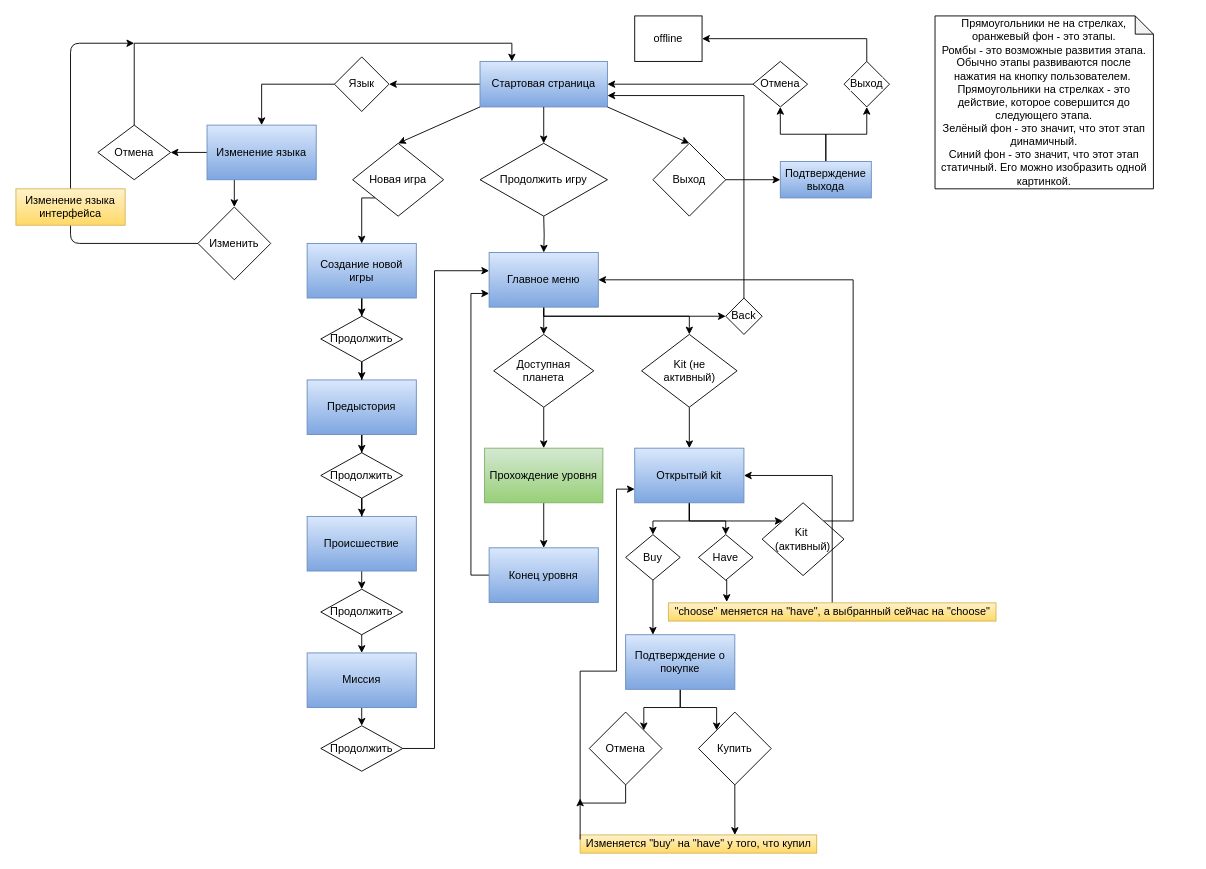
H-R-G-P/Game keeps this draw.io diagram as pages/relations_for_pages.drawio. Above is the earlier version. Source tidied: cells renumbered, new cells numbered last; positions are measured from the earlier drawing's top-left corner, leaving out a move shared by most shapes. Both pictures are drawn from the tidied source at 91%, with x=0, y=0 at pixel (15, 15).
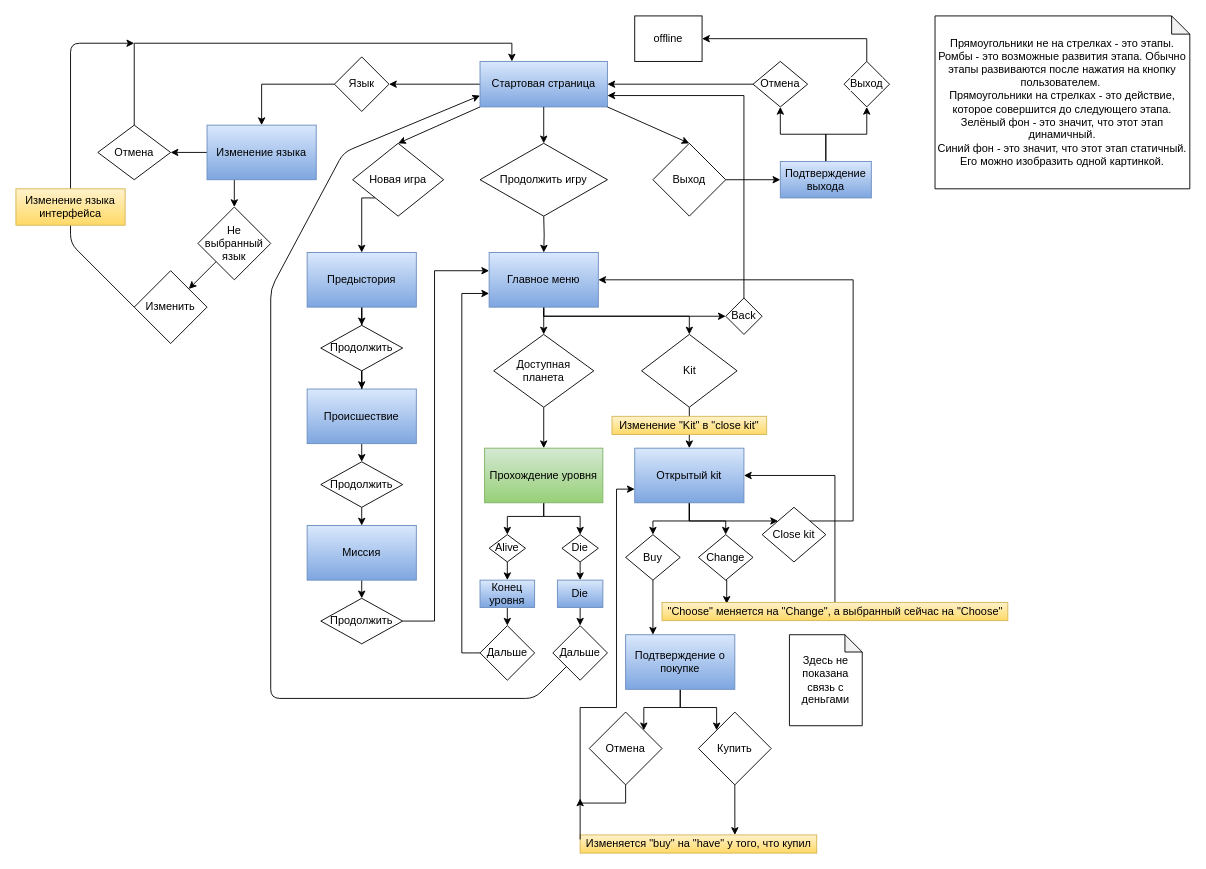
Above is the later version.

The change refers to these unchanged cells:
```xml
<mxCell id="3" value="Стартовая страница" style="rounded=0;whiteSpace=wrap;html=1;gradientColor=#7ea6e0;fillColor=#dae8fc;strokeColor=#6c8ebf;" parent="1" vertex="1">
  <mxGeometry x="510" y="50" width="140" height="50" as="geometry" />
</mxCell>
<mxCell id="11" value="Главное меню" style="whiteSpace=wrap;html=1;gradientColor=#7ea6e0;fillColor=#dae8fc;strokeColor=#6c8ebf;" parent="1" vertex="1">
  <mxGeometry x="520" y="260" width="120" height="60" as="geometry" />
</mxCell>
<mxCell id="13" value="Прохождение уровня" style="whiteSpace=wrap;html=1;labelBackgroundColor=none;fillColor=#d5e8d4;strokeColor=#82b366;gradientColor=#97d077;" parent="1" vertex="1">
  <mxGeometry x="515" y="475" width="130" height="60" as="geometry" />
</mxCell>
<mxCell id="18" value="&lt;span&gt;Новая игра&lt;/span&gt;" style="rhombus;whiteSpace=wrap;html=1;" parent="1" vertex="1">
  <mxGeometry x="370" y="140" width="100" height="80" as="geometry" />
</mxCell>
<mxCell id="47" value="Открытый kit" style="whiteSpace=wrap;html=1;gradientColor=#7ea6e0;fillColor=#dae8fc;strokeColor=#6c8ebf;" parent="1" vertex="1">
  <mxGeometry x="680" y="475" width="120" height="60" as="geometry" />
</mxCell>
<mxCell id="56" value="Отмена" style="rhombus;whiteSpace=wrap;html=1;" parent="1" vertex="1">
  <mxGeometry x="630" y="765" width="80" height="80" as="geometry" />
</mxCell>
<mxCell id="70" value="Изменение языка" style="whiteSpace=wrap;html=1;gradientColor=#7ea6e0;fillColor=#dae8fc;strokeColor=#6c8ebf;" parent="1" vertex="1">
  <mxGeometry x="210" y="120" width="120" height="60" as="geometry" />
</mxCell>
```

Diff of the diagram source:
```diff
@@
-    <mxCell id="12" style="edgeStyle=orthogonalEdgeStyle;rounded=0;jettySize=auto;html=1;entryX=0.5;entryY=0;entryDx=0;entryDy=0;" parent="1" edge="1" source="13" target="15">
-      <mxGeometry relative="1" as="geometry" />
-    </mxCell>
+    <mxCell id="83" style="edgeStyle=orthogonalEdgeStyle;rounded=0;jettySize=auto;html=1;exitX=0.5;exitY=1;exitDx=0;exitDy=0;entryX=0.5;entryY=0;entryDx=0;entryDy=0;" parent="1" edge="1" source="13" target="97">
+      <mxGeometry relative="1" as="geometry">
+        <Array as="points">
+          <mxPoint x="580" y="550" />
+          <mxPoint x="540" y="550" />
+        </Array>
+      </mxGeometry>
+    </mxCell>
+    <mxCell id="84" style="edgeStyle=orthogonalEdgeStyle;rounded=0;jettySize=auto;html=1;exitX=0.5;exitY=1;exitDx=0;exitDy=0;entryX=0.5;entryY=0;entryDx=0;entryDy=0;" parent="1" edge="1" source="13" target="95">
+      <mxGeometry relative="1" as="geometry">
+        <Array as="points">
+          <mxPoint x="580" y="550" />
+          <mxPoint x="620" y="550" />
+        </Array>
+      </mxGeometry>
+    </mxCell>
@@
-    <mxCell id="14" style="edgeStyle=orthogonalEdgeStyle;rounded=0;jettySize=auto;html=1;entryX=0;entryY=0.75;entryDx=0;entryDy=0;" parent="1" edge="1" source="15" target="11">
+    <mxCell id="14" style="edgeStyle=orthogonalEdgeStyle;rounded=0;jettySize=auto;html=1;entryX=0;entryY=0.75;entryDx=0;entryDy=0;exitX=0;exitY=0.5;exitDx=0;exitDy=0;" parent="1" edge="1" source="91" target="11">
       <mxGeometry relative="1" as="geometry">
         <Array as="points">
-          <mxPoint x="500" y="615" />
-          <mxPoint x="500" y="305" />
+          <mxPoint x="490" y="700" />
+          <mxPoint x="490" y="305" />
         </Array>
       </mxGeometry>
     </mxCell>
+    <mxCell id="85" style="edgeStyle=orthogonalEdgeStyle;rounded=0;jettySize=auto;html=1;exitX=0.5;exitY=1;exitDx=0;exitDy=0;entryX=0.5;entryY=0;entryDx=0;entryDy=0;" parent="1" edge="1" source="15" target="91">
+      <mxGeometry relative="1" as="geometry" />
+    </mxCell>
-    <mxCell id="15" value="Конец уровня" style="whiteSpace=wrap;html=1;gradientColor=#7ea6e0;fillColor=#dae8fc;strokeColor=#6c8ebf;" parent="1" vertex="1">
-      <mxGeometry x="520" y="584.5" width="120" height="60" as="geometry" />
+    <mxCell id="15" value="Конец&lt;br&gt;уровня" style="whiteSpace=wrap;html=1;gradientColor=#7ea6e0;fillColor=#dae8fc;strokeColor=#6c8ebf;" parent="1" vertex="1">
+      <mxGeometry x="510" y="620" width="60" height="30" as="geometry" />
     </mxCell>
@@
-    <mxCell id="17" style="edgeStyle=orthogonalEdgeStyle;rounded=0;jettySize=auto;html=1;exitX=0;exitY=1;exitDx=0;exitDy=0;entryX=0.5;entryY=0;entryDx=0;entryDy=0;" parent="1" edge="1" source="18" target="23">
+    <mxCell id="17" style="edgeStyle=orthogonalEdgeStyle;rounded=0;jettySize=auto;html=1;exitX=0;exitY=1;exitDx=0;exitDy=0;entryX=0.5;entryY=0;entryDx=0;entryDy=0;" parent="1" edge="1" source="18" target="25">
       <mxGeometry relative="1" as="geometry">
         <Array as="points">
           <mxPoint x="380" y="200" />
         </Array>
       </mxGeometry>
     </mxCell>
@@
-    <mxCell id="22" style="edgeStyle=orthogonalEdgeStyle;rounded=0;jettySize=auto;html=1;entryX=0.5;entryY=0;entryDx=0;entryDy=0;" parent="1" edge="1" source="23" target="32">
-      <mxGeometry relative="1" as="geometry" />
-    </mxCell>
-    <mxCell id="23" value="Создание новой игры" style="whiteSpace=wrap;html=1;gradientColor=#7ea6e0;fillColor=#dae8fc;strokeColor=#6c8ebf;" parent="1" vertex="1">
-      <mxGeometry x="320" y="250" width="120" height="60" as="geometry" />
-    </mxCell>
@@
     <mxCell id="25" value="Предыстория" style="whiteSpace=wrap;html=1;gradientColor=#7ea6e0;fillColor=#dae8fc;strokeColor=#6c8ebf;" parent="1" vertex="1">
-      <mxGeometry x="320" y="400" width="120" height="60" as="geometry" />
+      <mxGeometry x="320" y="260" width="120" height="60" as="geometry" />
     </mxCell>
@@
     <mxCell id="27" value="Происшествие" style="whiteSpace=wrap;html=1;gradientColor=#7ea6e0;fillColor=#dae8fc;strokeColor=#6c8ebf;" parent="1" vertex="1">
-      <mxGeometry x="320" y="550" width="120" height="60" as="geometry" />
+      <mxGeometry x="320" y="410" width="120" height="60" as="geometry" />
     </mxCell>
     <mxCell id="28" style="edgeStyle=orthogonalEdgeStyle;rounded=0;jettySize=auto;html=1;exitX=1;exitY=0.5;exitDx=0;exitDy=0;" parent="1" edge="1" source="37">
       <mxGeometry relative="1" as="geometry">
         <mxPoint x="520" y="280" as="targetPoint" />
         <Array as="points">
-          <mxPoint x="460" y="805" />
+          <mxPoint x="460" y="665" />
           <mxPoint x="460" y="280" />
-          <mxPoint x="520" y="280" />
         </Array>
       </mxGeometry>
     </mxCell>
@@
     <mxCell id="30" value="Миссия" style="whiteSpace=wrap;html=1;gradientColor=#7ea6e0;fillColor=#dae8fc;strokeColor=#6c8ebf;" parent="1" vertex="1">
-      <mxGeometry x="320" y="700" width="120" height="60" as="geometry" />
+      <mxGeometry x="320" y="560" width="120" height="60" as="geometry" />
     </mxCell>
-    <mxCell id="31" style="edgeStyle=orthogonalEdgeStyle;rounded=0;jettySize=auto;html=1;entryX=0.5;entryY=0;entryDx=0;entryDy=0;" parent="1" edge="1" source="32" target="25">
-      <mxGeometry relative="1" as="geometry" />
-    </mxCell>
-    <mxCell id="32" value="Продолжить" style="rhombus;whiteSpace=wrap;html=1;" parent="1" vertex="1">
-      <mxGeometry x="335" y="330" width="90" height="50" as="geometry" />
-    </mxCell>
@@
     <mxCell id="34" value="Продолжить" style="rhombus;whiteSpace=wrap;html=1;" parent="1" vertex="1">
-      <mxGeometry x="335" y="480" width="90" height="50" as="geometry" />
+      <mxGeometry x="335" y="340" width="90" height="50" as="geometry" />
     </mxCell>
@@
     <mxCell id="36" value="Продолжить" style="rhombus;whiteSpace=wrap;html=1;" parent="1" vertex="1">
-      <mxGeometry x="335" y="630" width="90" height="50" as="geometry" />
+      <mxGeometry x="335" y="490" width="90" height="50" as="geometry" />
     </mxCell>
     <mxCell id="37" value="Продолжить" style="rhombus;whiteSpace=wrap;html=1;" parent="1" vertex="1">
-      <mxGeometry x="335" y="780" width="90" height="50" as="geometry" />
+      <mxGeometry x="335" y="640" width="90" height="50" as="geometry" />
     </mxCell>
@@
-    <mxCell id="41" value="Kit (не&lt;br&gt;активный)" style="rhombus;whiteSpace=wrap;html=1;" parent="1" vertex="1">
+    <mxCell id="41" value="Kit" style="rhombus;whiteSpace=wrap;html=1;" parent="1" vertex="1">
       <mxGeometry x="687.5" y="350" width="105" height="80" as="geometry" />
     </mxCell>
@@
-    <mxCell id="43" value="Kit&amp;nbsp;&lt;br&gt;(активный)" style="rhombus;whiteSpace=wrap;html=1;" parent="1" vertex="1">
-      <mxGeometry x="820" y="535" width="90" height="80" as="geometry" />
+    <mxCell id="43" value="Close kit" style="rhombus;whiteSpace=wrap;html=1;" parent="1" vertex="1">
+      <mxGeometry x="820" y="540" width="70" height="60" as="geometry" />
     </mxCell>
@@
     <mxCell id="55" style="edgeStyle=orthogonalEdgeStyle;rounded=0;jettySize=auto;html=1;exitX=0.5;exitY=1;exitDx=0;exitDy=0;entryX=0;entryY=0.75;entryDx=0;entryDy=0;" parent="1" edge="1" source="56" target="47">
       <mxGeometry relative="1" as="geometry">
         <Array as="points">
           <mxPoint x="670" y="865" />
           <mxPoint x="620" y="865" />
-          <mxPoint x="620" y="720" />
-          <mxPoint x="660" y="720" />
+          <mxPoint x="620" y="760" />
+          <mxPoint x="660" y="760" />
           <mxPoint x="660" y="520" />
         </Array>
       </mxGeometry>
     </mxCell>
@@
-    <mxCell id="57" value="Прямоугольники не на стрелках, оранжевый фон - это этапы.&lt;br&gt;Ромбы - это возможные развития этапа. Обычно этапы развиваются после нажатия на кнопку пользователем.&amp;nbsp;&lt;br&gt;Прямоугольники на стрелках&amp;nbsp;- это действие, которое совершится до следующего этапа.&lt;br&gt;Зелёный фон - это значит, что этот этап динамичный.&lt;br&gt;Синий фон - это значит, что этот этап статичный. Его можно изобразить одной картинкой." style="shape=note;whiteSpace=wrap;html=1;backgroundOutline=1;darkOpacity=0.05;size=20;" parent="1" vertex="1">
-      <mxGeometry x="1010" width="240" height="190" as="geometry" />
+    <mxCell id="57" value="Прямоугольники не на стрелках - это этапы.&lt;br&gt;Ромбы - это возможные развития этапа. Обычно этапы развиваются после нажатия на кнопку пользователем.&amp;nbsp;&lt;br&gt;Прямоугольники на стрелках&amp;nbsp;- это действие, которое совершится до следующего этапа.&lt;br&gt;Зелёный фон - это значит, что этот этап динамичный.&lt;br&gt;Синий фон - это значит, что этот этап статичный. Его можно изобразить одной картинкой." style="shape=note;whiteSpace=wrap;html=1;backgroundOutline=1;darkOpacity=0.05;size=20;" parent="1" vertex="1">
+      <mxGeometry x="1010" width="280" height="190" as="geometry" />
     </mxCell>
@@
-    <mxCell id="59" style="edgeStyle=orthogonalEdgeStyle;rounded=0;jettySize=auto;html=1;exitX=0.5;exitY=1;exitDx=0;exitDy=0;entryX=0.178;entryY=-0.05;entryDx=0;entryDy=0;entryPerimeter=0;" parent="1" edge="1" source="60" target="63">
+    <mxCell id="59" style="edgeStyle=orthogonalEdgeStyle;rounded=0;jettySize=auto;html=1;exitX=0.5;exitY=1;exitDx=0;exitDy=0;entryX=0.187;entryY=0.075;entryDx=0;entryDy=0;entryPerimeter=0;" parent="1" edge="1" source="60" target="63">
       <mxGeometry relative="1" as="geometry" />
     </mxCell>
-    <mxCell id="60" value="Have" style="rhombus;whiteSpace=wrap;html=1;strokeColor=#000000;" parent="1" vertex="1">
+    <mxCell id="60" value="Change" style="rhombus;whiteSpace=wrap;html=1;strokeColor=#000000;" parent="1" vertex="1">
       <mxGeometry x="750" y="570" width="60" height="50" as="geometry" />
     </mxCell>
@@
-    <mxCell id="63" value="&quot;choose&quot; меняется на &quot;have&quot;, а выбранный сейчас на &quot;choose&quot;" style="text;html=1;align=center;verticalAlign=middle;points=[];strokeColor=#d6b656;gradientColor=#ffd966;fillColor=#fff2cc;" parent="1" vertex="1">
-      <mxGeometry x="717" y="645" width="360" height="20" as="geometry" />
+    <mxCell id="63" value="&quot;Choose&quot; меняется на &quot;&lt;span&gt;Change&lt;/span&gt;&quot;, а выбранный сейчас на &quot;Choose&quot;" style="text;html=1;align=center;verticalAlign=middle;points=[];strokeColor=#d6b656;gradientColor=#ffd966;fillColor=#fff2cc;" parent="1" vertex="1">
+      <mxGeometry x="710" y="644.5" width="380" height="20" as="geometry" />
     </mxCell>
@@
-    <mxCell id="69" style="edgeStyle=orthogonalEdgeStyle;rounded=0;jettySize=auto;html=1;exitX=0.25;exitY=1;exitDx=0;exitDy=0;entryX=0.5;entryY=0;entryDx=0;entryDy=0;" parent="1" edge="1" source="70" target="71">
-      <mxGeometry relative="1" as="geometry" />
-    </mxCell>
+    <mxCell id="86" style="edgeStyle=orthogonalEdgeStyle;rounded=0;jettySize=auto;html=1;exitX=0.25;exitY=1;exitDx=0;exitDy=0;entryX=0.5;entryY=0;entryDx=0;entryDy=0;" parent="1" edge="1" source="70" target="88">
+      <mxGeometry relative="1" as="geometry" />
+    </mxCell>
@@
     <mxCell id="71" value="Изменить" style="rhombus;whiteSpace=wrap;html=1;" parent="1" vertex="1">
-      <mxGeometry x="200" y="210" width="80" height="80" as="geometry" />
+      <mxGeometry x="130" y="280" width="80" height="80" as="geometry" />
     </mxCell>
@@
+    <mxCell id="87" value="Изменение &quot;Kit&quot; в &quot;close kit&quot;" style="whiteSpace=wrap;html=1;fillColor=#fff2cc;strokeColor=#d6b656;gradientColor=#ffd966;" parent="1" vertex="1">
+      <mxGeometry x="655" y="440" width="170" height="20" as="geometry" />
+    </mxCell>
+    <mxCell id="88" value="Не выбранный&lt;br&gt;язык" style="rhombus;whiteSpace=wrap;html=1;" parent="1" vertex="1">
+      <mxGeometry x="200" y="210" width="80" height="80" as="geometry" />
+    </mxCell>
+    <mxCell id="89" style="endArrow=classic;html=1;exitX=0;exitY=1;exitDx=0;exitDy=0;entryX=1;entryY=0;entryDx=0;entryDy=0;" parent="1" edge="1" source="88" target="71">
+      <mxGeometry relative="1" as="geometry" />
+    </mxCell>
+    <mxCell id="90" value="Здесь не показана связь с деньгами" style="shape=note;whiteSpace=wrap;html=1;backgroundOutline=1;darkOpacity=0.05;size=19;" parent="1" vertex="1">
+      <mxGeometry x="850" y="680" width="80" height="100" as="geometry" />
+    </mxCell>
+    <mxCell id="91" value="Дальше" style="rhombus;whiteSpace=wrap;html=1;" parent="1" vertex="1">
+      <mxGeometry x="510" y="670" width="60" height="60" as="geometry" />
+    </mxCell>
+    <mxCell id="92" style="edgeStyle=orthogonalEdgeStyle;rounded=0;jettySize=auto;html=1;exitX=0.5;exitY=1;exitDx=0;exitDy=0;entryX=0.5;entryY=0;entryDx=0;entryDy=0;" parent="1" edge="1" source="93" target="98">
+      <mxGeometry relative="1" as="geometry" />
+    </mxCell>
+    <mxCell id="93" value="Die" style="whiteSpace=wrap;html=1;gradientColor=#7ea6e0;fillColor=#dae8fc;strokeColor=#6c8ebf;" parent="1" vertex="1">
+      <mxGeometry x="595" y="620" width="50" height="30" as="geometry" />
+    </mxCell>
+    <mxCell id="94" style="edgeStyle=orthogonalEdgeStyle;rounded=0;jettySize=auto;html=1;exitX=0.5;exitY=1;exitDx=0;exitDy=0;entryX=0.5;entryY=0;entryDx=0;entryDy=0;" parent="1" edge="1" source="95" target="93">
+      <mxGeometry relative="1" as="geometry" />
+    </mxCell>
+    <mxCell id="95" value="Die" style="rhombus;whiteSpace=wrap;html=1;" parent="1" vertex="1">
+      <mxGeometry x="600" y="570" width="40" height="30" as="geometry" />
+    </mxCell>
+    <mxCell id="96" style="edgeStyle=orthogonalEdgeStyle;rounded=0;jettySize=auto;html=1;exitX=0.5;exitY=1;exitDx=0;exitDy=0;entryX=0.5;entryY=0;entryDx=0;entryDy=0;" parent="1" edge="1" source="97" target="15">
+      <mxGeometry relative="1" as="geometry" />
+    </mxCell>
+    <mxCell id="97" value="Alive" style="rhombus;whiteSpace=wrap;html=1;" parent="1" vertex="1">
+      <mxGeometry x="520" y="570" width="40" height="30" as="geometry" />
+    </mxCell>
+    <mxCell id="98" value="Дальше" style="rhombus;whiteSpace=wrap;html=1;" parent="1" vertex="1">
+      <mxGeometry x="590" y="670" width="60" height="60" as="geometry" />
+    </mxCell>
+    <mxCell id="99" style="endArrow=classic;html=1;exitX=0;exitY=1;exitDx=0;exitDy=0;entryX=0;entryY=0.75;entryDx=0;entryDy=0;" parent="1" edge="1" source="98" target="3">
+      <mxGeometry relative="1" as="geometry">
+        <Array as="points">
+          <mxPoint x="570" y="750" />
+          <mxPoint x="280" y="750" />
+          <mxPoint x="280" y="300" />
+          <mxPoint x="360" y="150" />
+        </Array>
+      </mxGeometry>
+    </mxCell>
```
